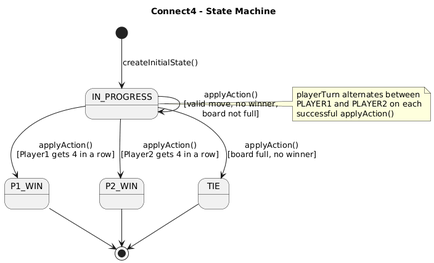
Hainsman/SENG-300-Group-Project keeps this PlantUML diagram as docs/rules+validation/Erik/Connect 4 SM.png. Above is the earlier version.
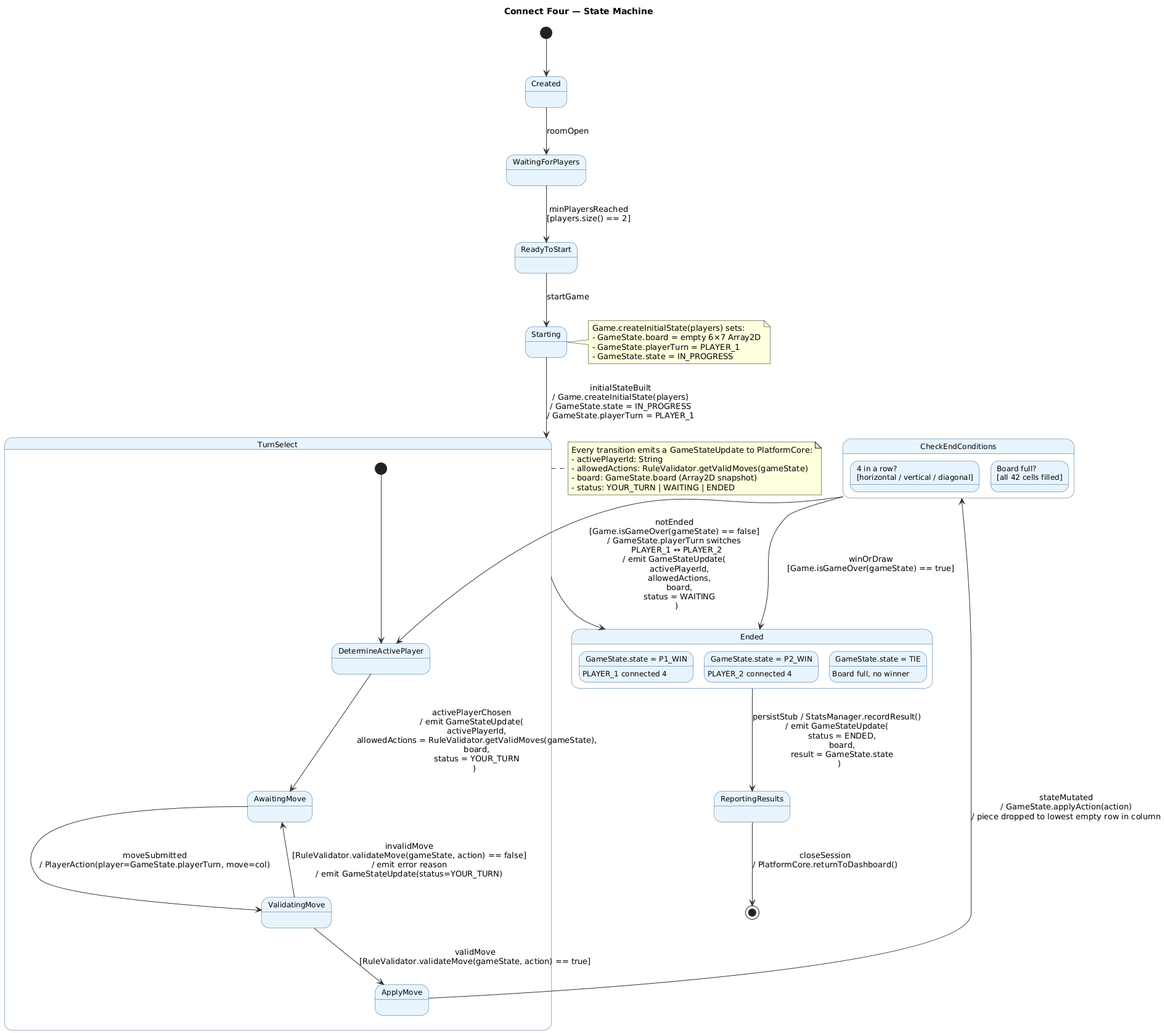
After the change.

Commit message:
Updated the Game SM Diagrams

Change to the diagram source:
```diff
@@ -1,23 +1,74 @@
 @startuml
-title Connect4 - State Machine
+title Connect Four — State Machine
 
-[*] --> IN_PROGRESS : createInitialState()
+skinparam state {
+  BackgroundColor #E8F4FD
+  BorderColor #2A5F8F
+  FontSize 12
+  ArrowColor #333333
+  StartColor #1a3a5c
+  EndColor #1a3a5c
+  CompositeBackgroundColor #F5FAFF
+  CompositeBorderColor #2A5F8F
+}
 
-IN_PROGRESS --> IN_PROGRESS : applyAction()\n[valid move, no winner,\nboard not full]
+[*] --> Created
 
-IN_PROGRESS --> P1_WIN : applyAction()\n[Player1 gets 4 in a row]
+Created --> WaitingForPlayers : roomOpen
 
-IN_PROGRESS --> P2_WIN : applyAction()\n[Player2 gets 4 in a row]
+WaitingForPlayers --> ReadyToStart : minPlayersReached\n[players.size() == 2]
 
-IN_PROGRESS --> TIE : applyAction()\n[board full, no winner]
+ReadyToStart --> Starting : startGame
 
-P1_WIN --> [*]
-P2_WIN --> [*]
-TIE --> [*]
+Starting --> TurnSelect : initialStateBuilt\n/ Game.createInitialState(players)\n/ GameState.state = IN_PROGRESS\n/ GameState.playerTurn = PLAYER_1
 
-note right of IN_PROGRESS
-  playerTurn alternates between
-  PLAYER1 and PLAYER2 on each
-  successful applyAction()
+state TurnSelect {
+  [*] --> DetermineActivePlayer
+
+  DetermineActivePlayer --> AwaitingMove : activePlayerChosen\n/ emit GameStateUpdate(\n    activePlayerId,\n    allowedActions = RuleValidator.getValidMoves(gameState),\n    board,\n    status = YOUR_TURN\n  )
+
+  AwaitingMove --> ValidatingMove : moveSubmitted\n/ PlayerAction(player=GameState.playerTurn, move=col)
+
+  ValidatingMove --> AwaitingMove : invalidMove\n[RuleValidator.validateMove(gameState, action) == false]\n/ emit error reason\n/ emit GameStateUpdate(status=YOUR_TURN)
+
+  ValidatingMove --> ApplyMove : validMove\n[RuleValidator.validateMove(gameState, action) == true]
+
+  ApplyMove --> CheckEndConditions : stateMutated\n/ GameState.applyAction(action)\n/ piece dropped to lowest empty row in column
+
+  CheckEndConditions --> DetermineActivePlayer : notEnded\n[Game.isGameOver(gameState) == false]\n/ GameState.playerTurn switches\n  PLAYER_1 ↔ PLAYER_2\n/ emit GameStateUpdate(\n    activePlayerId,\n    allowedActions,\n    board,\n    status = WAITING\n  )
+
+  CheckEndConditions --> Ended : winOrDraw\n[Game.isGameOver(gameState) == true]
+}
+
+state CheckEndConditions {
+  state "4 in a row?\n[horizontal / vertical / diagonal]" as FourInRow
+  state "Board full?\n[all 42 cells filled]" as BoardFull
+}
+
+state Ended {
+  state "GameState.state = P1_WIN" as P1Win : PLAYER_1 connected 4
+  state "GameState.state = P2_WIN" as P2Win : PLAYER_2 connected 4
+  state "GameState.state = TIE"   as Tie   : Board full, no winner
+}
+
+TurnSelect --> Ended
+
+Ended --> ReportingResults : persistStub / StatsManager.recordResult()\n/ emit GameStateUpdate(\n    status = ENDED,\n    board,\n    result = GameState.state\n  )
+
+ReportingResults --> [*] : closeSession\n/ PlatformCore.returnToDashboard()
+
+note right of TurnSelect
+  Every transition emits a GameStateUpdate to PlatformCore:
+  - activePlayerId: String
+  - allowedActions: RuleValidator.getValidMoves(gameState)
+  - board: GameState.board (Array2D snapshot)
+  - status: YOUR_TURN | WAITING | ENDED
+end note
+
+note right of Starting
+  Game.createInitialState(players) sets:
+  - GameState.board = empty 6×7 Array2D
+  - GameState.playerTurn = PLAYER_1
+  - GameState.state = IN_PROGRESS
 end note
 @enduml
```
